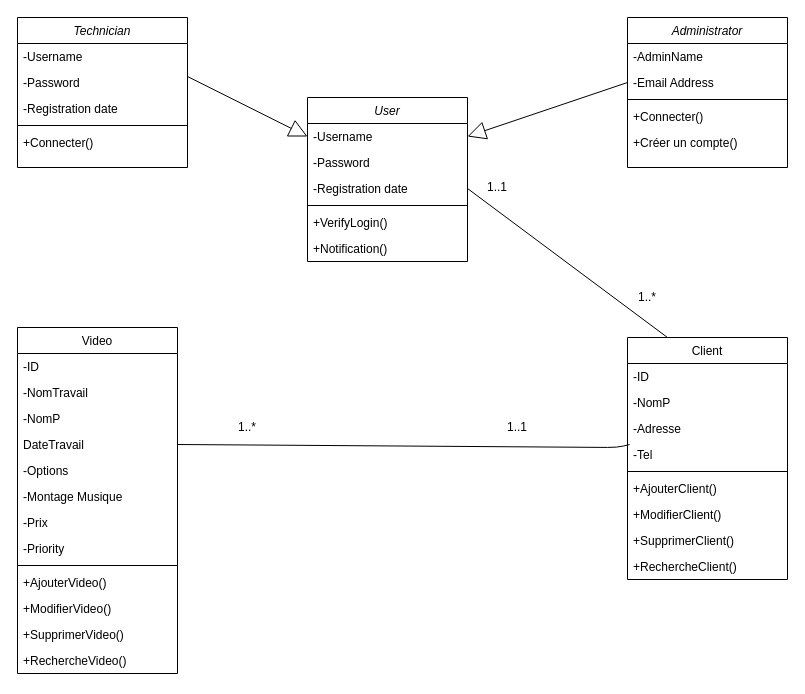
Above: Conception/Diagram de class.drawio in YassineAsmi/Video-Editing-Platform-C (draw.io), before the change. Source tidied: cells renumbered, new cells numbered last; positions are measured from the earlier drawing's top-left corner, leaving out a move shared by most shapes. Both pictures are drawn from the tidied source at 100%, with x=0, y=0 at pixel (17, 17).
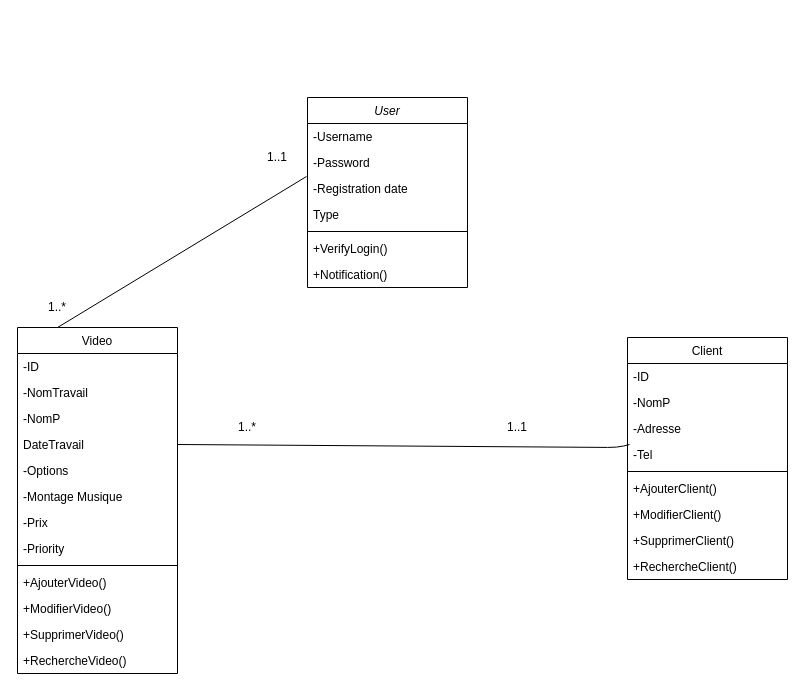
Above is the later version.

The change refers to these unchanged cells:
```xml
<mxCell id="3" value="-Username" style="text;align=left;verticalAlign=top;spacingLeft=4;spacingRight=4;overflow=hidden;points=[[0,0.5],[1,0.5]];portConstraint=eastwest;" parent="2" vertex="1">
  <mxGeometry y="26" width="160" height="26" as="geometry" />
</mxCell>
<mxCell id="9" value="Client" style="swimlane;fontStyle=0;align=center;verticalAlign=top;horizontal=1;startSize=26;rounded=0;shadow=0;strokeWidth=1;" parent="1" vertex="1">
  <mxGeometry x="610" y="320" width="160" height="242" as="geometry" />
</mxCell>
<mxCell id="19" value="Video&#10;" style="swimlane;fontStyle=0;align=center;verticalAlign=top;horizontal=1;startSize=26;rounded=0;shadow=0;strokeWidth=1;" parent="1" vertex="1">
  <mxGeometry y="310" width="160" height="346" as="geometry" />
</mxCell>
```

What changed in the source:
```diff
@@
     <mxCell id="2" value="User" style="swimlane;fontStyle=2;align=center;verticalAlign=top;horizontal=1;startSize=26;rounded=0;shadow=0;strokeWidth=1;" parent="1" vertex="1">
-      <mxGeometry x="290" y="80" width="160" height="164" as="geometry" />
+      <mxGeometry x="290" y="80" width="160" height="190" as="geometry" />
     </mxCell>
@@
+    <mxCell id="48" value="-Registration date" style="text;align=left;verticalAlign=top;spacingLeft=4;spacingRight=4;overflow=hidden;points=[[0,0.5],[1,0.5]];portConstraint=eastwest;rounded=0;shadow=0;html=0;" parent="2" vertex="1">
+      <mxGeometry y="78" width="160" height="26" as="geometry" />
+    </mxCell>
-    <mxCell id="5" value="-Registration date" style="text;align=left;verticalAlign=top;spacingLeft=4;spacingRight=4;overflow=hidden;points=[[0,0.5],[1,0.5]];portConstraint=eastwest;rounded=0;shadow=0;html=0;" parent="2" vertex="1">
-      <mxGeometry y="78" width="160" height="26" as="geometry" />
+    <mxCell id="5" value="Type" style="text;align=left;verticalAlign=top;spacingLeft=4;spacingRight=4;overflow=hidden;points=[[0,0.5],[1,0.5]];portConstraint=eastwest;rounded=0;shadow=0;html=0;" parent="2" vertex="1">
+      <mxGeometry y="104" width="160" height="26" as="geometry" />
     </mxCell>
     <mxCell id="6" style="line;html=1;strokeWidth=1;align=left;verticalAlign=middle;spacingTop=-1;spacingLeft=3;spacingRight=3;labelPosition=right;" parent="2" vertex="1">
-      <mxGeometry y="104" width="160" height="8" as="geometry" />
+      <mxGeometry y="130" width="160" height="8" as="geometry" />
     </mxCell>
     <mxCell id="7" value="+VerifyLogin()" style="text;align=left;verticalAlign=top;spacingLeft=4;spacingRight=4;overflow=hidden;" parent="2" vertex="1">
-      <mxGeometry y="112" width="160" height="26" as="geometry" />
+      <mxGeometry y="138" width="160" height="26" as="geometry" />
     </mxCell>
     <mxCell id="8" value="+Notification()" style="text;align=left;verticalAlign=top;spacingLeft=4;spacingRight=4;overflow=hidden;" parent="2" vertex="1">
-      <mxGeometry y="138" width="160" height="26" as="geometry" />
+      <mxGeometry y="164" width="160" height="26" as="geometry" />
     </mxCell>
@@
-    <mxCell id="33" value="1..1" style="text;html=1;strokeColor=none;fillColor=none;align=center;verticalAlign=middle;whiteSpace=wrap;rounded=0;" parent="1" vertex="1">
-      <mxGeometry x="460" y="160" width="40" height="20" as="geometry" />
-    </mxCell>
-    <mxCell id="34" value="1..*" style="text;html=1;strokeColor=none;fillColor=none;align=center;verticalAlign=middle;whiteSpace=wrap;rounded=0;" parent="1" vertex="1">
-      <mxGeometry x="610" y="270" width="40" height="20" as="geometry" />
-    </mxCell>
@@
-    <mxCell id="38" style="endArrow=none;html=1;entryX=1;entryY=0.5;entryDx=0;entryDy=0;exitX=0.25;exitY=0;exitDx=0;exitDy=0;" parent="1" edge="1" source="9" target="5">
+    <mxCell id="38" style="endArrow=none;html=1;entryX=-0.006;entryY=0.038;entryDx=0;entryDy=0;exitX=0.25;exitY=0;exitDx=0;exitDy=0;entryPerimeter=0;" parent="1" edge="1" source="19" target="48">
       <mxGeometry relative="1" as="geometry" />
     </mxCell>
-    <mxCell id="39" value="Administrator" style="swimlane;fontStyle=2;align=center;verticalAlign=top;horizontal=1;startSize=26;rounded=0;shadow=0;strokeWidth=1;" parent="1" vertex="1">
-      <mxGeometry x="610" width="160" height="150" as="geometry" />
-    </mxCell>
-    <mxCell id="40" value="-AdminName" style="text;align=left;verticalAlign=top;spacingLeft=4;spacingRight=4;overflow=hidden;" parent="39" vertex="1">
-      <mxGeometry y="26" width="160" height="26" as="geometry" />
-    </mxCell>
-    <mxCell id="41" value="-Email Address" style="text;align=left;verticalAlign=top;spacingLeft=4;spacingRight=4;overflow=hidden;points=[[0,0.5],[1,0.5]];portConstraint=eastwest;rounded=0;shadow=0;html=0;" parent="39" vertex="1">
-      <mxGeometry y="52" width="160" height="26" as="geometry" />
-    </mxCell>
-    <mxCell id="42" style="line;html=1;strokeWidth=1;align=left;verticalAlign=middle;spacingTop=-1;spacingLeft=3;spacingRight=3;labelPosition=right;" parent="39" vertex="1">
-      <mxGeometry y="78" width="160" height="8" as="geometry" />
-    </mxCell>
-    <mxCell id="43" value="+Connecter()" style="text;align=left;verticalAlign=top;spacingLeft=4;spacingRight=4;overflow=hidden;" parent="39" vertex="1">
-      <mxGeometry y="86" width="160" height="26" as="geometry" />
-    </mxCell>
-    <mxCell id="44" value="+Créer un compte()" style="text;align=left;verticalAlign=top;spacingLeft=4;spacingRight=4;overflow=hidden;" parent="39" vertex="1">
-      <mxGeometry y="112" width="160" height="26" as="geometry" />
-    </mxCell>
-    <mxCell id="45" value="Technician" style="swimlane;fontStyle=2;align=center;verticalAlign=top;horizontal=1;startSize=26;rounded=0;shadow=0;strokeWidth=1;" parent="1" vertex="1">
-      <mxGeometry width="170" height="150" as="geometry" />
-    </mxCell>
-    <mxCell id="46" value="-Username" style="text;align=left;verticalAlign=top;spacingLeft=4;spacingRight=4;overflow=hidden;" parent="45" vertex="1">
-      <mxGeometry y="26" width="170" height="26" as="geometry" />
-    </mxCell>
-    <mxCell id="47" value="-Password" style="text;align=left;verticalAlign=top;spacingLeft=4;spacingRight=4;overflow=hidden;points=[[0,0.5],[1,0.5]];portConstraint=eastwest;rounded=0;shadow=0;html=0;" parent="45" vertex="1">
-      <mxGeometry y="52" width="170" height="26" as="geometry" />
-    </mxCell>
-    <mxCell id="48" value="-Registration date" style="text;align=left;verticalAlign=top;spacingLeft=4;spacingRight=4;overflow=hidden;points=[[0,0.5],[1,0.5]];portConstraint=eastwest;rounded=0;shadow=0;html=0;" parent="45" vertex="1">
-      <mxGeometry y="78" width="170" height="26" as="geometry" />
-    </mxCell>
-    <mxCell id="49" style="line;html=1;strokeWidth=1;align=left;verticalAlign=middle;spacingTop=-1;spacingLeft=3;spacingRight=3;labelPosition=right;" parent="45" vertex="1">
-      <mxGeometry y="104" width="170" height="8" as="geometry" />
-    </mxCell>
-    <mxCell id="50" value="+Connecter()" style="text;align=left;verticalAlign=top;spacingLeft=4;spacingRight=4;overflow=hidden;" parent="45" vertex="1">
-      <mxGeometry y="112" width="170" height="26" as="geometry" />
-    </mxCell>
-    <mxCell id="51" style="endArrow=block;endSize=16;endFill=0;html=1;exitX=0;exitY=0.5;exitDx=0;exitDy=0;entryX=1;entryY=0.5;entryDx=0;entryDy=0;" parent="1" edge="1" source="41" target="3">
-      <mxGeometry x="0.12" relative="1" as="geometry" />
-    </mxCell>
-    <mxCell id="52" style="endArrow=block;endSize=16;endFill=0;html=1;exitX=1;exitY=0.269;exitDx=0;exitDy=0;entryX=0;entryY=0.5;entryDx=0;entryDy=0;exitPerimeter=0;" parent="1" edge="1" source="47" target="3">
-      <mxGeometry x="0.12" relative="1" as="geometry" />
-    </mxCell>
+    <mxCell id="34" value="1..*" style="text;html=1;strokeColor=none;fillColor=none;align=center;verticalAlign=middle;whiteSpace=wrap;rounded=0;" parent="1" vertex="1">
+      <mxGeometry x="20" y="280" width="40" height="20" as="geometry" />
+    </mxCell>
+    <mxCell id="33" value="1..1" style="text;html=1;strokeColor=none;fillColor=none;align=center;verticalAlign=middle;whiteSpace=wrap;rounded=0;" parent="1" vertex="1">
+      <mxGeometry x="240" y="130" width="40" height="20" as="geometry" />
+    </mxCell>
```
